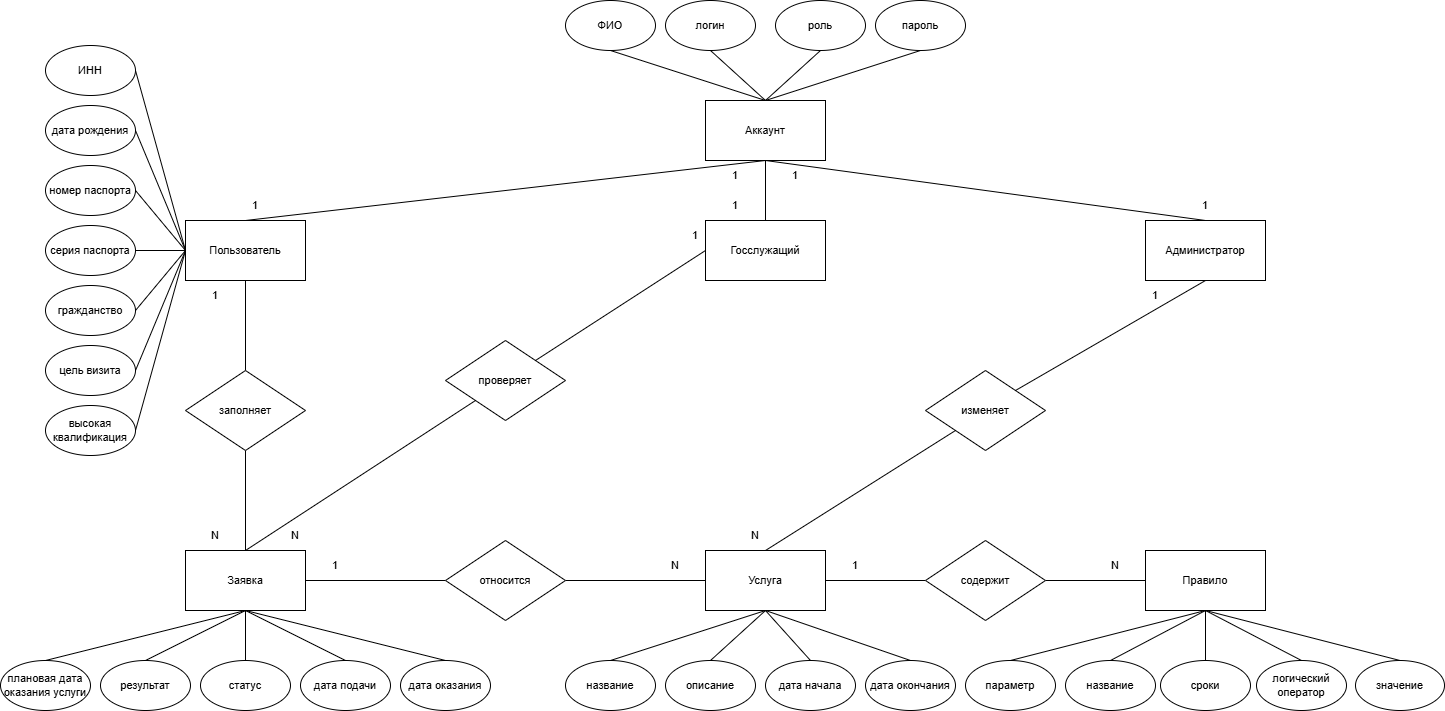
This is Lab2/ERD-Diagram.png from cuug/MigrationMap, a draw.io export, as it was before one commit. Source tidied: cells renumbered, new cells last; positions are measured from the earlier drawing's top-left corner, leaving out a move shared by most shapes.
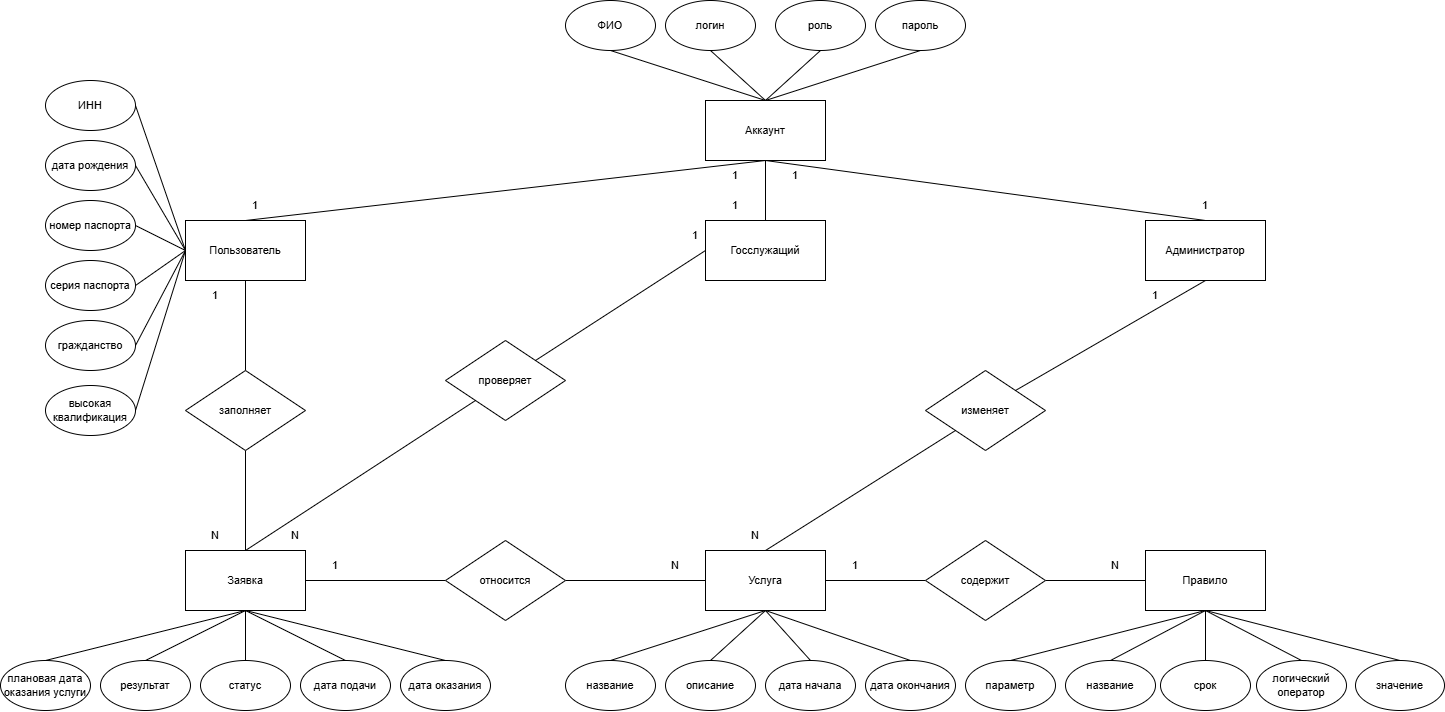
The same diagram one commit later.

Diff of the diagram source:
```diff
@@ -166,31 +166,31 @@
       <mxGeometry relative="1" as="geometry" />
     </mxCell>
     <mxCell id="55" value="&lt;font&gt;ИНН&lt;/font&gt;" style="ellipse;whiteSpace=wrap;html=1;fontSize=11;" parent="1" vertex="1">
-      <mxGeometry x="45" y="45" width="90" height="50" as="geometry" />
+      <mxGeometry x="45" y="80" width="90" height="50" as="geometry" />
     </mxCell>
     <mxCell id="56" style="rounded=0;jettySize=auto;html=1;exitX=1;exitY=0.5;exitDx=0;exitDy=0;entryX=0;entryY=0.5;entryDx=0;entryDy=0;endArrow=none;startFill=0;fontSize=11;" parent="1" edge="1" source="57" target="4">
       <mxGeometry relative="1" as="geometry" />
     </mxCell>
     <mxCell id="57" value="&lt;font&gt;дата рождения&lt;/font&gt;" style="ellipse;whiteSpace=wrap;html=1;fontSize=11;" parent="1" vertex="1">
-      <mxGeometry x="45" y="105" width="90" height="50" as="geometry" />
+      <mxGeometry x="45" y="140" width="90" height="50" as="geometry" />
     </mxCell>
     <mxCell id="58" style="rounded=0;jettySize=auto;html=1;exitX=1;exitY=0.5;exitDx=0;exitDy=0;endArrow=none;startFill=0;entryX=0;entryY=0.5;entryDx=0;entryDy=0;fontSize=11;" parent="1" edge="1" source="59" target="4">
       <mxGeometry relative="1" as="geometry" />
     </mxCell>
     <mxCell id="59" value="номер паспорта" style="ellipse;whiteSpace=wrap;html=1;fontSize=11;" parent="1" vertex="1">
-      <mxGeometry x="45" y="165" width="90" height="50" as="geometry" />
+      <mxGeometry x="45" y="200" width="90" height="50" as="geometry" />
     </mxCell>
     <mxCell id="60" style="rounded=0;jettySize=auto;html=1;exitX=1;exitY=0.5;exitDx=0;exitDy=0;entryX=0;entryY=0.5;entryDx=0;entryDy=0;endArrow=none;startFill=0;fontSize=11;" parent="1" edge="1" source="61" target="4">
       <mxGeometry relative="1" as="geometry" />
     </mxCell>
     <mxCell id="61" value="серия паспорта" style="ellipse;whiteSpace=wrap;html=1;fontSize=11;" parent="1" vertex="1">
-      <mxGeometry x="45" y="225" width="90" height="50" as="geometry" />
+      <mxGeometry x="45" y="260" width="90" height="50" as="geometry" />
     </mxCell>
     <mxCell id="62" style="rounded=0;jettySize=auto;html=1;exitX=1;exitY=0.5;exitDx=0;exitDy=0;entryX=0;entryY=0.5;entryDx=0;entryDy=0;endArrow=none;startFill=0;fontSize=11;" parent="1" edge="1" source="63" target="4">
       <mxGeometry relative="1" as="geometry" />
     </mxCell>
     <mxCell id="63" value="гражданство" style="ellipse;whiteSpace=wrap;html=1;fontSize=11;" parent="1" vertex="1">
-      <mxGeometry x="45" y="285" width="90" height="50" as="geometry" />
+      <mxGeometry x="45" y="320" width="90" height="50" as="geometry" />
     </mxCell>
     <mxCell id="64" style="rounded=0;jettySize=auto;html=1;exitX=0.5;exitY=0;exitDx=0;exitDy=0;endArrow=none;startFill=0;fontSize=11;" parent="1" edge="1" source="65">
       <mxGeometry relative="1" as="geometry">
@@ -215,7 +215,7 @@
     <mxCell id="70" style="rounded=0;jettySize=auto;html=1;endArrow=none;startFill=0;fontSize=11;" parent="1" edge="1" source="71" target="29">
       <mxGeometry relative="1" as="geometry" />
     </mxCell>
-    <mxCell id="71" value="сроки" style="ellipse;whiteSpace=wrap;html=1;fontSize=11;" parent="1" vertex="1">
+    <mxCell id="71" value="срок" style="ellipse;whiteSpace=wrap;html=1;fontSize=11;" parent="1" vertex="1">
       <mxGeometry x="1160" y="660" width="90" height="50" as="geometry" />
     </mxCell>
     <mxCell id="72" value="логический оператор" style="ellipse;whiteSpace=wrap;html=1;fontSize=11;" parent="1" vertex="1">
@@ -257,17 +257,11 @@
     <mxCell id="84" value="1" style="text;html=1;align=center;verticalAlign=middle;whiteSpace=wrap;rounded=0;fontSize=11;" parent="1" vertex="1">
       <mxGeometry x="705" y="160" width="60" height="30" as="geometry" />
     </mxCell>
-    <mxCell id="85" style="rounded=0;jettySize=auto;html=1;exitX=1;exitY=0.5;exitDx=0;exitDy=0;entryX=0;entryY=0.5;entryDx=0;entryDy=0;endArrow=none;startFill=0;fontSize=11;" parent="1" edge="1" source="86" target="4">
-      <mxGeometry relative="1" as="geometry" />
-    </mxCell>
-    <mxCell id="86" value="цель визита" style="ellipse;whiteSpace=wrap;html=1;fontSize=11;" parent="1" vertex="1">
-      <mxGeometry x="45" y="345" width="90" height="50" as="geometry" />
-    </mxCell>
     <mxCell id="87" style="rounded=0;jettySize=auto;html=1;exitX=1;exitY=0.5;exitDx=0;exitDy=0;entryX=0;entryY=0.5;entryDx=0;entryDy=0;endArrow=none;startFill=0;fontSize=11;" parent="1" edge="1" source="88" target="4">
       <mxGeometry relative="1" as="geometry" />
     </mxCell>
     <mxCell id="88" value="&lt;font&gt;высокая квалификация&lt;/font&gt;" style="ellipse;whiteSpace=wrap;html=1;fontSize=11;" parent="1" vertex="1">
-      <mxGeometry x="45" y="405" width="90" height="50" as="geometry" />
+      <mxGeometry x="45" y="385" width="90" height="50" as="geometry" />
     </mxCell>
     <mxCell id="89" style="rounded=0;jettySize=auto;html=1;exitX=0.5;exitY=1;exitDx=0;exitDy=0;entryX=0.5;entryY=0;entryDx=0;entryDy=0;endArrow=none;startFill=0;" parent="1" edge="1" source="90" target="53">
       <mxGeometry relative="1" as="geometry" />
```
